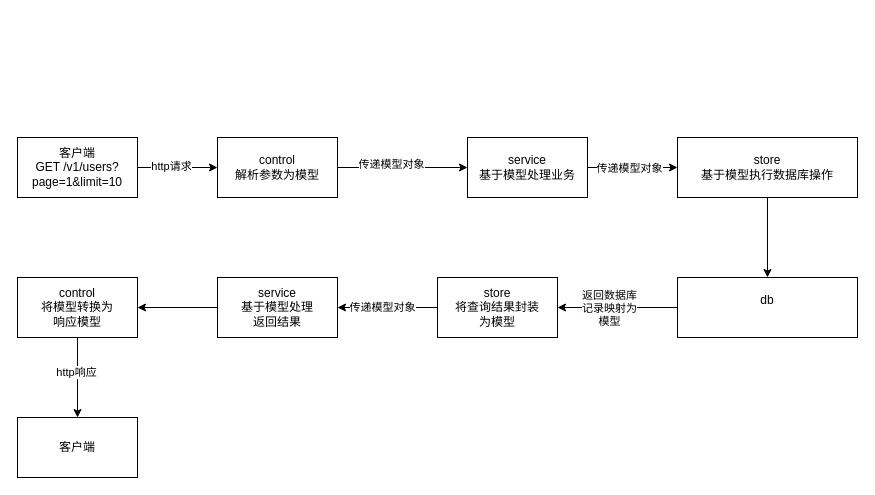
The draw.io diagram cdmp-mini/doc/drawio/职责边界.drawio in maxiaolu1981/cretem, before the edit. Source tidied: cells renumbered, new cells numbered last; positions are measured from the earlier drawing's top-left corner, leaving out a move shared by most shapes. Both pictures are drawn from the tidied source at 100%, with x=0, y=0 at pixel (17, 137).
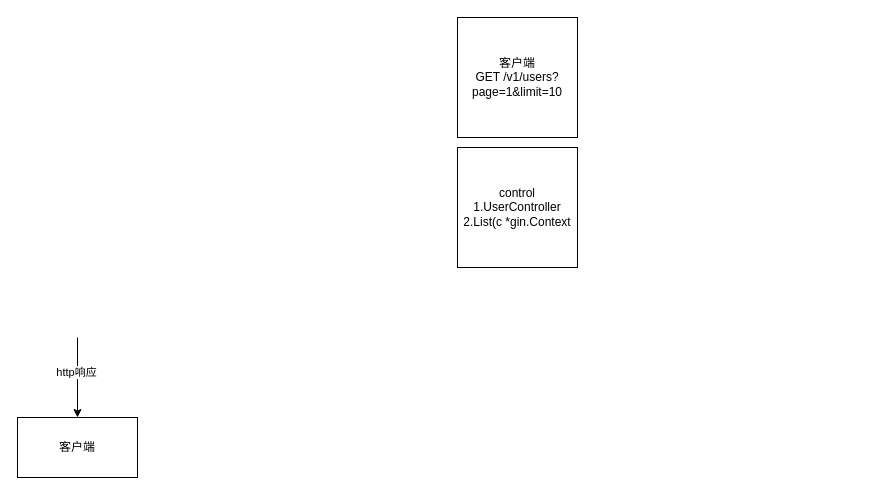
The same diagram, later.

The change refers to these unchanged cells:
```xml
<mxCell id="24" value="客户端" style="rounded=0;whiteSpace=wrap;html=1;" parent="1" vertex="1">
  <mxGeometry y="280" width="120" height="60" as="geometry" />
</mxCell>
```

Diff of the diagram source:
```diff
@@
-    <mxCell id="2" style="edgeStyle=none;html=1;exitX=1;exitY=0.5;exitDx=0;exitDy=0;entryX=0;entryY=0.5;entryDx=0;entryDy=0;" parent="1" edge="1" source="4" target="7">
-      <mxGeometry relative="1" as="geometry" />
-    </mxCell>
-    <mxCell id="3" value="http请求" style="edgeLabel;html=1;align=center;verticalAlign=middle;" parent="2" vertex="1">
-      <mxGeometry x="-0.18" y="2" relative="1" as="geometry" />
-    </mxCell>
-    <mxCell id="4" value="客户端&lt;div&gt;GET /v1/users?&lt;/div&gt;&lt;div&gt;page=1&amp;amp;limit=10&lt;/div&gt;" style="rounded=0;whiteSpace=wrap;html=1;" parent="1" vertex="1">
-      <mxGeometry width="120" height="60" as="geometry" />
-    </mxCell>
-    <mxCell id="5" style="edgeStyle=none;html=1;exitX=1;exitY=0.5;exitDx=0;exitDy=0;entryX=0;entryY=0.5;entryDx=0;entryDy=0;" parent="1" edge="1" source="7" target="10">
-      <mxGeometry relative="1" as="geometry" />
-    </mxCell>
-    <mxCell id="6" value="传递模型对象" style="edgeLabel;html=1;align=center;verticalAlign=middle;" parent="5" vertex="1">
-      <mxGeometry x="-0.18" y="4" relative="1" as="geometry" />
-    </mxCell>
-    <mxCell id="7" value="control&lt;div&gt;解析参数为模型&lt;/div&gt;" style="rounded=0;whiteSpace=wrap;html=1;" parent="1" vertex="1">
-      <mxGeometry x="200" width="120" height="60" as="geometry" />
-    </mxCell>
-    <mxCell id="8" style="edgeStyle=none;html=1;exitX=1;exitY=0.5;exitDx=0;exitDy=0;" parent="1" edge="1" source="10" target="12">
-      <mxGeometry relative="1" as="geometry" />
-    </mxCell>
-    <mxCell id="9" value="传递模型对象" style="edgeLabel;html=1;align=center;verticalAlign=middle;" parent="8" vertex="1">
-      <mxGeometry x="-0.09" relative="1" as="geometry" />
-    </mxCell>
-    <mxCell id="10" value="service&lt;div&gt;基于模型处理业务&lt;/div&gt;" style="rounded=0;whiteSpace=wrap;html=1;" parent="1" vertex="1">
-      <mxGeometry x="450" width="120" height="60" as="geometry" />
-    </mxCell>
-    <mxCell id="11" style="edgeStyle=none;html=1;exitX=0.5;exitY=1;exitDx=0;exitDy=0;entryX=0.5;entryY=0;entryDx=0;entryDy=0;" parent="1" edge="1" source="12" target="15">
-      <mxGeometry relative="1" as="geometry" />
-    </mxCell>
-    <mxCell id="12" value="store&lt;div&gt;基于模型执行数据库操作&lt;/div&gt;" style="rounded=0;whiteSpace=wrap;html=1;" parent="1" vertex="1">
-      <mxGeometry x="660" width="180" height="60" as="geometry" />
-    </mxCell>
-    <mxCell id="13" style="edgeStyle=none;html=1;exitX=0;exitY=0.5;exitDx=0;exitDy=0;" parent="1" edge="1" source="15" target="18">
-      <mxGeometry relative="1" as="geometry" />
-    </mxCell>
-    <mxCell id="14" value="返回数据库&lt;div&gt;记录映射为&lt;/div&gt;&lt;div&gt;模型&lt;/div&gt;" style="edgeLabel;html=1;align=center;verticalAlign=middle;" parent="13" vertex="1">
-      <mxGeometry x="0.15" relative="1" as="geometry" />
-    </mxCell>
-    <mxCell id="15" value="db&lt;div&gt;&lt;br&gt;&lt;/div&gt;" style="rounded=0;whiteSpace=wrap;html=1;" parent="1" vertex="1">
-      <mxGeometry x="660" y="140" width="180" height="60" as="geometry" />
-    </mxCell>
-    <mxCell id="16" style="edgeStyle=none;html=1;exitX=0;exitY=0.5;exitDx=0;exitDy=0;" parent="1" edge="1" source="18" target="20">
-      <mxGeometry relative="1" as="geometry" />
-    </mxCell>
-    <mxCell id="17" value="传递模型对象" style="edgeLabel;html=1;align=center;verticalAlign=middle;" parent="16" vertex="1">
-      <mxGeometry x="0.12" y="-1" relative="1" as="geometry" />
-    </mxCell>
-    <mxCell id="18" value="store&lt;div&gt;将查询结果封装&lt;/div&gt;&lt;div&gt;为模型&lt;/div&gt;" style="rounded=0;whiteSpace=wrap;html=1;" parent="1" vertex="1">
-      <mxGeometry x="420" y="140" width="120" height="60" as="geometry" />
-    </mxCell>
-    <mxCell id="19" style="edgeStyle=none;html=1;exitX=0;exitY=0.5;exitDx=0;exitDy=0;" parent="1" edge="1" source="20" target="23">
-      <mxGeometry relative="1" as="geometry" />
-    </mxCell>
-    <mxCell id="20" value="service&lt;div&gt;基于模型处理&lt;/div&gt;&lt;div&gt;返回结果&lt;/div&gt;" style="rounded=0;whiteSpace=wrap;html=1;" parent="1" vertex="1">
-      <mxGeometry x="200" y="140" width="120" height="60" as="geometry" />
-    </mxCell>
-    <mxCell id="21" style="edgeStyle=none;html=1;exitX=0.5;exitY=1;exitDx=0;exitDy=0;entryX=0.5;entryY=0;entryDx=0;entryDy=0;" parent="1" edge="1" source="23" target="24">
-      <mxGeometry relative="1" as="geometry" />
+    <mxCell id="21" style="edgeStyle=none;html=1;exitX=0.5;exitY=1;exitDx=0;exitDy=0;entryX=0.5;entryY=0;entryDx=0;entryDy=0;" parent="1" edge="1" target="24">
+      <mxGeometry relative="1" as="geometry">
+        <mxPoint x="60" y="200" as="sourcePoint" />
+      </mxGeometry>
     </mxCell>
@@
-    <mxCell id="23" value="control&lt;div&gt;将模型转换为&lt;/div&gt;&lt;div&gt;响应模型&lt;/div&gt;" style="rounded=0;whiteSpace=wrap;html=1;" parent="1" vertex="1">
-      <mxGeometry y="140" width="120" height="60" as="geometry" />
-    </mxCell>
@@
+    <mxCell id="25" value="客户端&lt;div&gt;GET /v1/users?page=1&amp;amp;limit=10&lt;/div&gt;" style="whiteSpace=wrap;html=1;" parent="1" vertex="1">
+      <mxGeometry x="440" y="-120" width="120" height="120" as="geometry" />
+    </mxCell>
+    <mxCell id="26" value="control&lt;br&gt;&lt;div&gt;1.UserController&lt;/div&gt;&lt;div&gt;2.List(c *gin.Context&lt;/div&gt;" style="whiteSpace=wrap;html=1;" parent="1" vertex="1">
+      <mxGeometry x="440" y="10" width="120" height="120" as="geometry" />
+    </mxCell>
```
